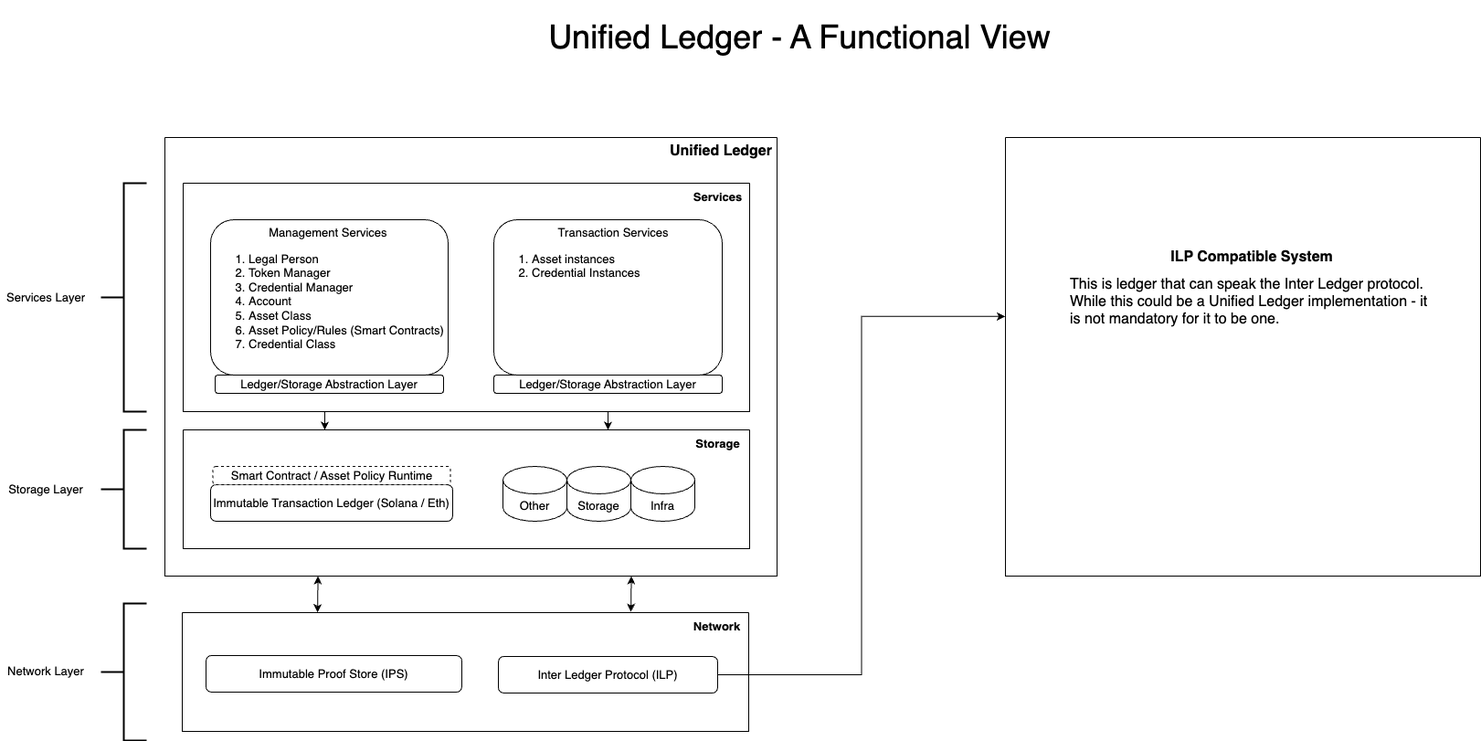
The draw.io diagram images/finternet.drawio.png in knutties/specs, before a commit. Source tidied: cells renumbered, new cells last; positions are measured from the earlier drawing's top-left corner, leaving out a move shared by most shapes.
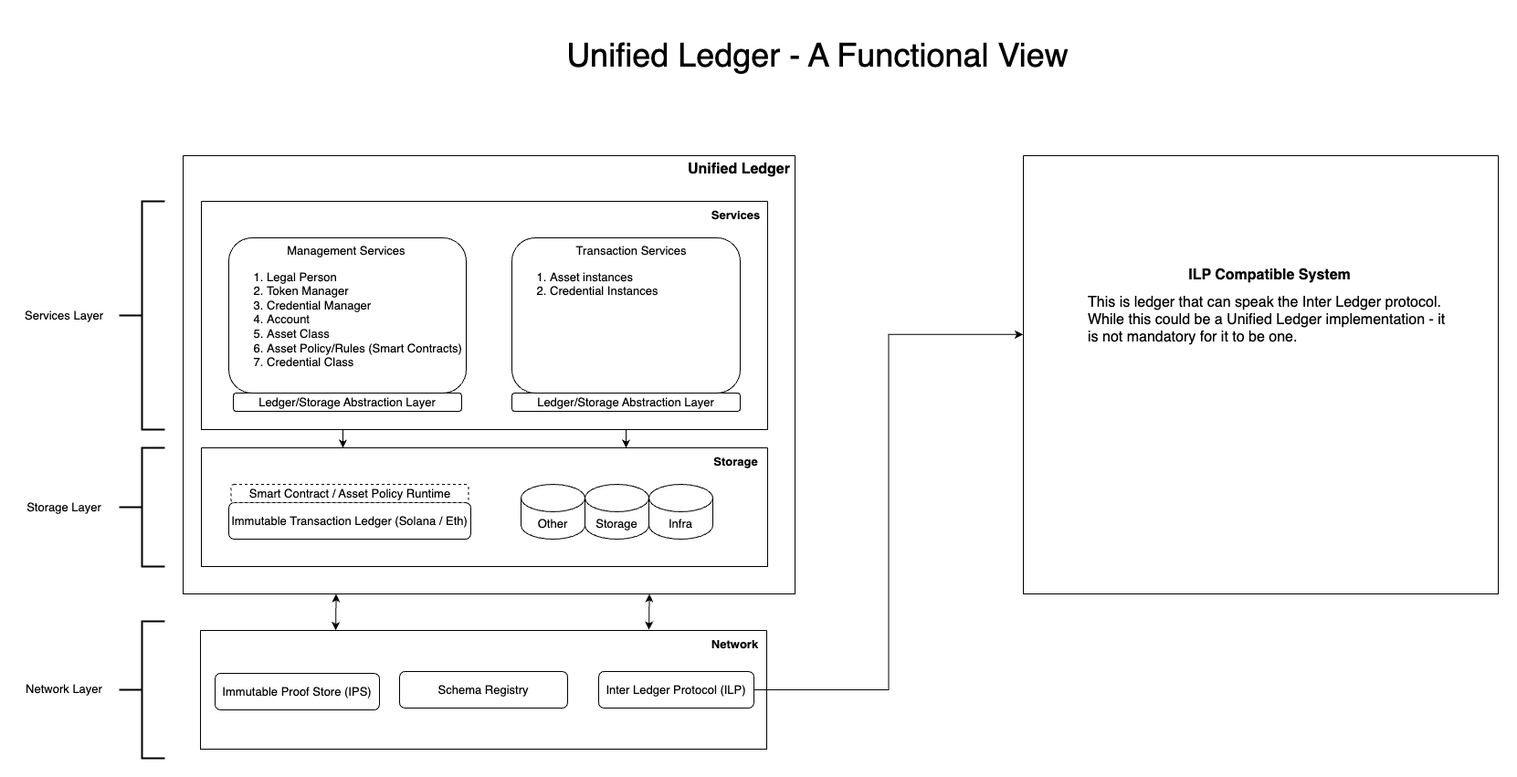
After the commit.

Commit message:
include schema-registry

The edit, as a diff of the source:
```diff
@@ -54,7 +54,7 @@
       <mxGeometry x="550" width="70" height="30" as="geometry" />
     </mxCell>
     <mxCell id="19" value="Immutable Proof Store (IPS)" style="rounded=1;whiteSpace=wrap;html=1;fontSize=13;" parent="1" vertex="1">
-      <mxGeometry x="225" y="717" width="280" height="40" as="geometry" />
+      <mxGeometry x="215" y="717" width="180" height="40" as="geometry" />
     </mxCell>
     <mxCell id="20" style="swimlane;startSize=0;" parent="1" vertex="1">
       <mxGeometry x="1100" y="150" width="520" height="480" as="geometry" />
@@ -83,9 +83,6 @@
     <mxCell id="28" value="&lt;font style=&quot;font-size: 36px;&quot;&gt;Unified Ledger - A Functional View&lt;/font&gt;" style="text;html=1;align=center;verticalAlign=middle;whiteSpace=wrap;rounded=0;" parent="1" vertex="1">
       <mxGeometry x="565" width="620" height="80" as="geometry" />
     </mxCell>
-    <mxCell id="29" value="Inter Ledger Protocol (ILP)" style="rounded=1;whiteSpace=wrap;html=1;fontSize=13;" parent="1" vertex="1">
-      <mxGeometry x="545" y="718" width="240" height="40" as="geometry" />
-    </mxCell>
     <mxCell id="30" style="edgeStyle=orthogonalEdgeStyle;rounded=0;jettySize=auto;html=1;entryX=-0.001;entryY=0.408;entryDx=0;entryDy=0;entryPerimeter=0;" parent="1" edge="1" source="29" target="20">
       <mxGeometry relative="1" as="geometry" />
     </mxCell>
@@ -101,5 +98,11 @@
     <mxCell id="34" value="Network" style="text;html=1;align=center;verticalAlign=middle;strokeColor=none;fillColor=none;fontStyle=1;fontSize=13;" parent="33" vertex="1">
       <mxGeometry x="550" width="70" height="30" as="geometry" />
     </mxCell>
+    <mxCell id="35" value="Schema Registry" style="rounded=1;whiteSpace=wrap;html=1;fontSize=13;" parent="33" vertex="1">
+      <mxGeometry x="218" y="45" width="184" height="40" as="geometry" />
+    </mxCell>
+    <mxCell id="29" value="Inter Ledger Protocol (ILP)" style="rounded=1;whiteSpace=wrap;html=1;fontSize=13;" parent="33" vertex="1">
+      <mxGeometry x="436" y="45" width="170" height="40" as="geometry" />
+    </mxCell>
   </root>
 </mxGraphModel>
```
